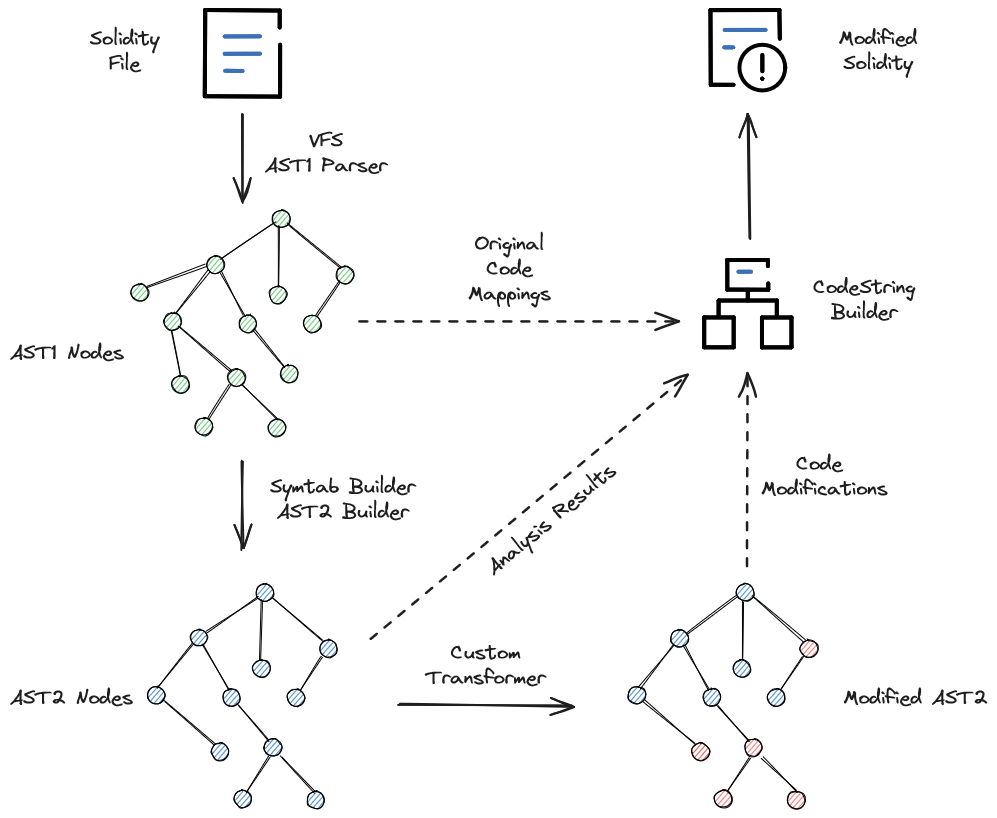
Above: docs/imgs/astmods2.png in Zellic/solidity-parser (Excalidraw), before the change. Source tidied: one line per element, renumbered; positions are measured from the earlier drawing's top-left corner, leaving out a move shared by most shapes.
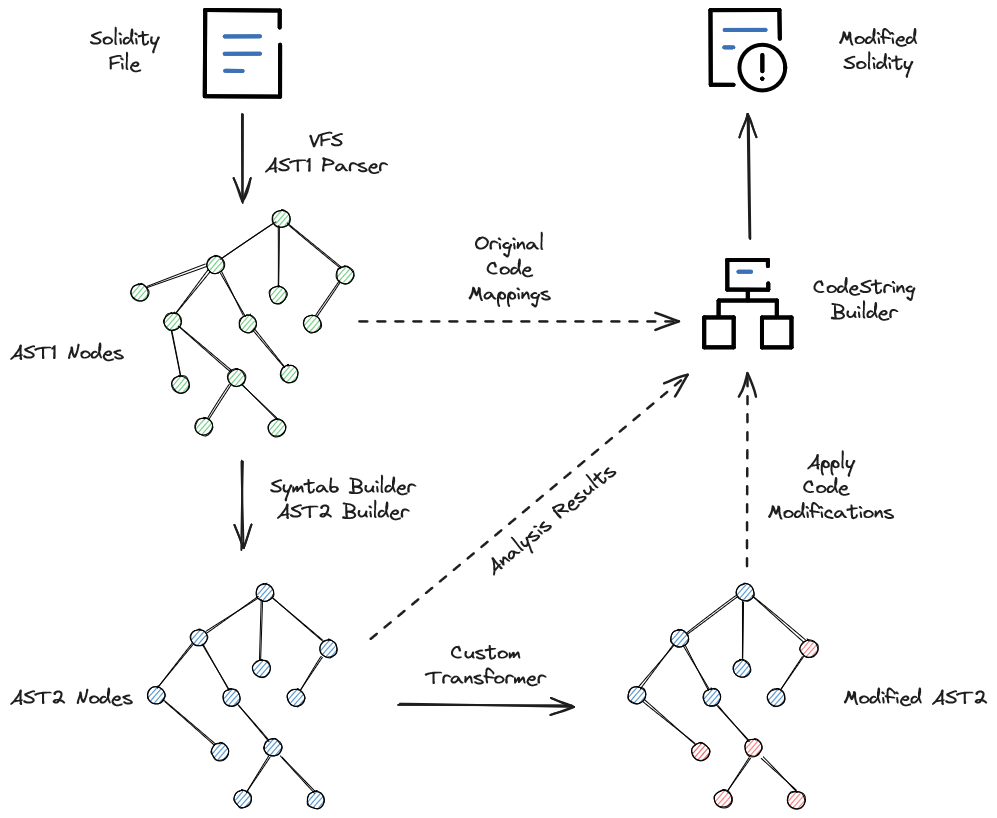
The same diagram one commit later.

Diff of the diagram source:
```diff
@@ -98,5 +98,5 @@
 {"id": 97, "type": "arrow", "strokeColor": "#1e1e1e", "backgroundColor": "#1971c2", "fillStyle": "solid", "strokeWidth": 2, "roughness": 1, "endArrowhead": "arrow", "round": true, "x": 739, "y": 230, "width": 0, "height": 125, "points": [[0, 0], [0, -125]]}
 {"id": 98, "type": "arrow", "strokeColor": "#1e1e1e", "backgroundColor": "#1971c2", "fillStyle": "solid", "strokeWidth": 2, "strokeStyle": "dashed", "roughness": 1, "endArrowhead": "arrow", "round": true, "x": 360, "y": 629, "width": 318, "height": 265, "points": [[0, 0], [318, -265]]}
 {"id": 99, "type": "text", "text": "Analysis Results", "strokeColor": "#1e1e1e", "angle": 5.59, "backgroundColor": "#1971c2", "fillStyle": "solid", "strokeWidth": 2, "strokeStyle": "dashed", "roughness": 1, "fontSize": 20, "fontFamily": 1, "textAlign": "center", "x": 461, "y": 497, "width": 161, "height": 25}
-{"id": 100, "type": "text", "text": "Code \nModifications", "strokeColor": "#1e1e1e", "backgroundColor": "#1971c2", "fillStyle": "solid", "strokeWidth": 2, "strokeStyle": "dashed", "roughness": 1, "fontSize": 20, "fontFamily": 1, "textAlign": "center", "x": 751, "y": 442, "width": 127, "height": 50}
+{"id": 100, "type": "text", "text": "Apply\nCode \nModifications", "strokeColor": "#1e1e1e", "backgroundColor": "#1971c2", "fillStyle": "solid", "strokeWidth": 2, "strokeStyle": "dashed", "roughness": 1, "fontSize": 20, "fontFamily": 1, "textAlign": "center", "x": 758, "y": 441, "width": 127, "height": 75}
 {"id": 101, "type": "text", "text": "Original\nCode\nMappings", "strokeColor": "#1e1e1e", "backgroundColor": "#1971c2", "fillStyle": "solid", "strokeWidth": 2, "strokeStyle": "dashed", "roughness": 1, "fontSize": 20, "fontFamily": 1, "textAlign": "center", "x": 458, "y": 222, "width": 83, "height": 75}
```
